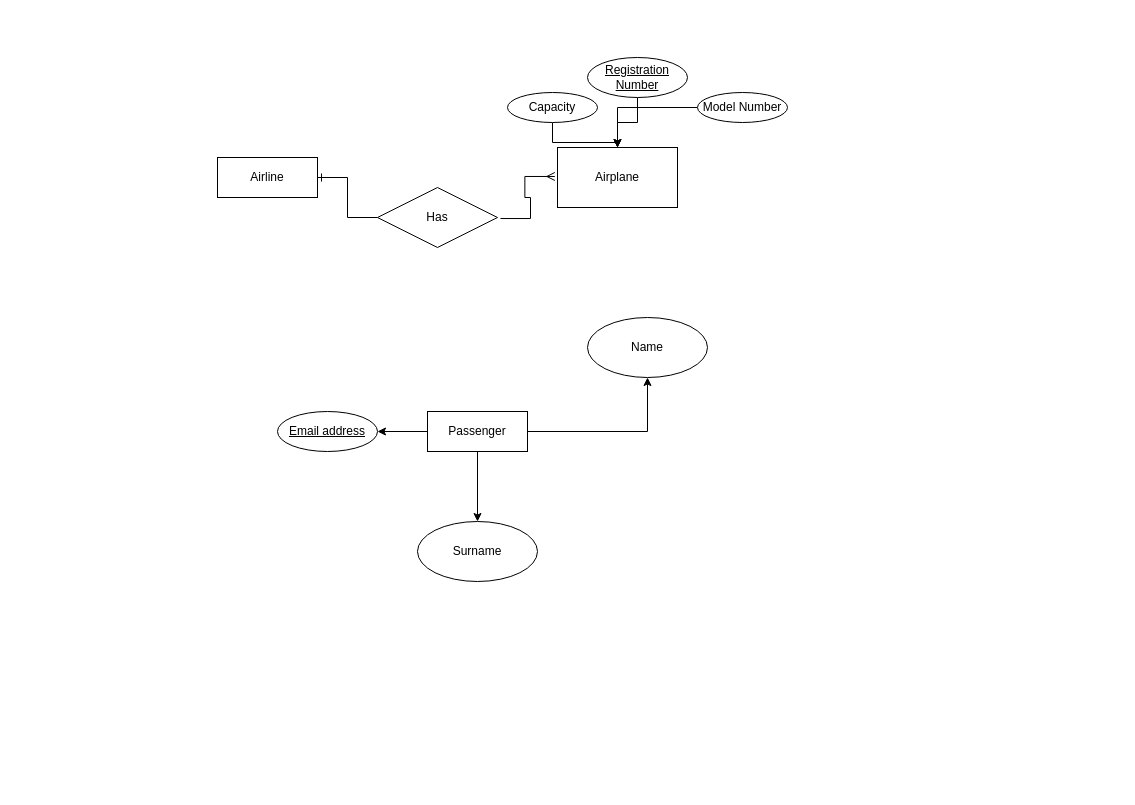
Above: Untitled Diagram.drawio in ahsansiddiqui2/ER_Diagram (draw.io), before the change. Source tidied: cells renumbered, new cells numbered last; positions are measured from the earlier drawing's top-left corner, leaving out a move shared by most shapes. Both pictures are drawn from the tidied source at 100%, with x=0, y=0 at pixel (217, 57).
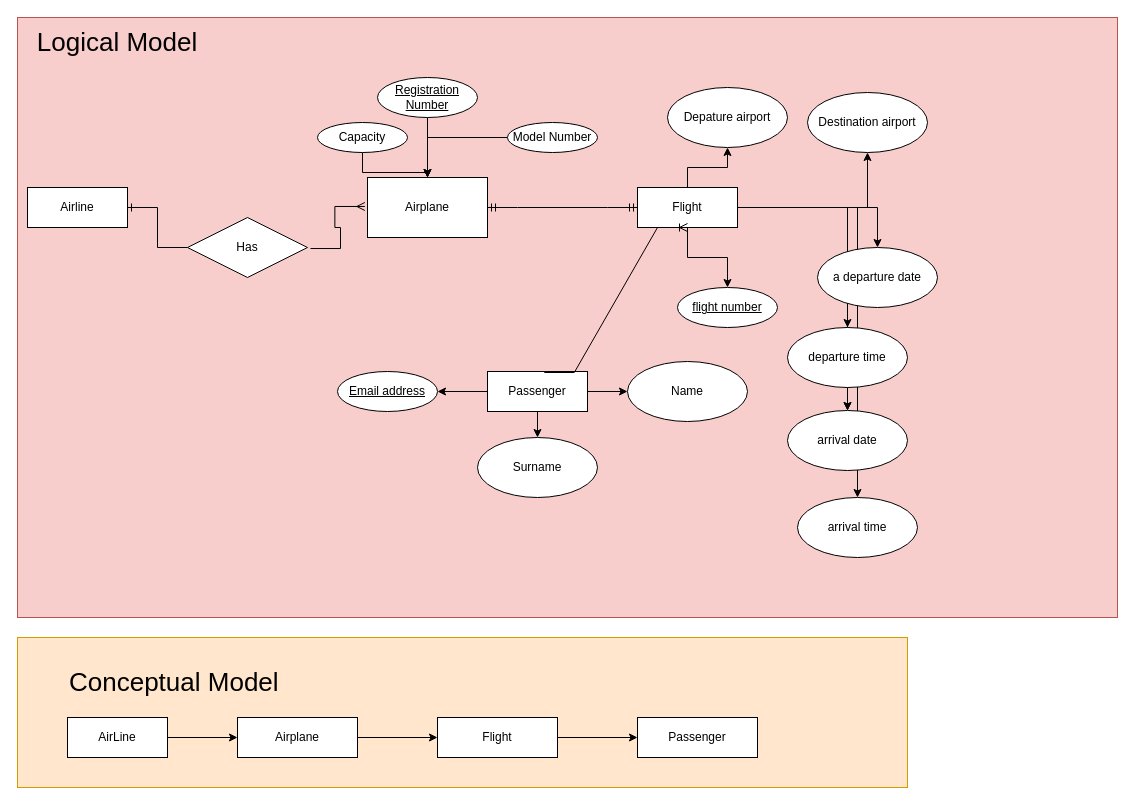
The same diagram, later.

Change to the diagram source:
```diff
@@
+    <mxCell id="20" style="rounded=0;whiteSpace=wrap;html=1;fontSize=26;fillColor=#ffe6cc;strokeColor=#d79b00;" parent="1" vertex="1">
+      <mxGeometry x="-200" y="580" width="890" height="150" as="geometry" />
+    </mxCell>
+    <mxCell id="21" style="rounded=0;whiteSpace=wrap;html=1;fontSize=26;fillColor=#f8cecc;strokeColor=#b85450;" parent="1" vertex="1">
+      <mxGeometry x="-200" y="-40" width="1100" height="600" as="geometry" />
+    </mxCell>
     <mxCell id="2" value="Airline" style="whiteSpace=wrap;html=1;align=center;" parent="1" vertex="1">
-      <mxGeometry y="100" width="100" height="40" as="geometry" />
+      <mxGeometry x="-190" y="130" width="100" height="40" as="geometry" />
     </mxCell>
     <mxCell id="3" value="Airplane" style="whiteSpace=wrap;html=1;" parent="1" vertex="1">
-      <mxGeometry x="340" y="90" width="120" height="60" as="geometry" />
+      <mxGeometry x="150" y="120" width="120" height="60" as="geometry" />
     </mxCell>
     <mxCell id="4" value="Has" style="shape=rhombus;perimeter=rhombusPerimeter;whiteSpace=wrap;html=1;align=center;" parent="1" vertex="1">
-      <mxGeometry x="160" y="130" width="120" height="60" as="geometry" />
+      <mxGeometry x="-30" y="160" width="120" height="60" as="geometry" />
     </mxCell>
@@
     <mxCell id="8" value="Model Number" style="ellipse;whiteSpace=wrap;html=1;align=center;" parent="1" vertex="1">
-      <mxGeometry x="480" y="35" width="90" height="30" as="geometry" />
+      <mxGeometry x="290" y="65" width="90" height="30" as="geometry" />
     </mxCell>
@@
     <mxCell id="10" value="Capacity" style="ellipse;whiteSpace=wrap;html=1;align=center;" parent="1" vertex="1">
-      <mxGeometry x="290" y="35" width="90" height="30" as="geometry" />
+      <mxGeometry x="100" y="65" width="90" height="30" as="geometry" />
     </mxCell>
@@
     <mxCell id="12" value="Registration Number" style="ellipse;whiteSpace=wrap;html=1;align=center;fontStyle=4;" parent="1" vertex="1">
-      <mxGeometry x="370" width="100" height="40" as="geometry" />
+      <mxGeometry x="160" y="20" width="100" height="40" as="geometry" />
     </mxCell>
@@
     <mxCell id="16" value="&lt;div&gt;Passenger&lt;/div&gt;" style="whiteSpace=wrap;html=1;align=center;" parent="1" vertex="1">
-      <mxGeometry x="210" y="354" width="100" height="40" as="geometry" />
+      <mxGeometry x="270" y="314" width="100" height="40" as="geometry" />
     </mxCell>
     <mxCell id="17" value="Name" style="ellipse;whiteSpace=wrap;html=1;" parent="1" vertex="1">
-      <mxGeometry x="370" y="260" width="120" height="60" as="geometry" />
+      <mxGeometry x="410" y="304" width="120" height="60" as="geometry" />
     </mxCell>
     <mxCell id="18" value="Surname" style="ellipse;whiteSpace=wrap;html=1;" parent="1" vertex="1">
-      <mxGeometry x="200" y="464" width="120" height="60" as="geometry" />
+      <mxGeometry x="260" y="380" width="120" height="60" as="geometry" />
     </mxCell>
     <mxCell id="19" value="Email address" style="ellipse;whiteSpace=wrap;html=1;align=center;fontStyle=4;" parent="1" vertex="1">
-      <mxGeometry x="60" y="354" width="100" height="40" as="geometry" />
+      <mxGeometry x="120" y="314" width="100" height="40" as="geometry" />
     </mxCell>
+    <mxCell id="22" style="edgeStyle=orthogonalEdgeStyle;rounded=0;jettySize=auto;html=1;" parent="1" edge="1" source="30" target="31">
+      <mxGeometry relative="1" as="geometry" />
+    </mxCell>
+    <mxCell id="23" style="edgeStyle=orthogonalEdgeStyle;rounded=0;jettySize=auto;html=1;" parent="1" edge="1" source="30" target="32">
+      <mxGeometry relative="1" as="geometry" />
+    </mxCell>
+    <mxCell id="24" style="edgeStyle=orthogonalEdgeStyle;rounded=0;jettySize=auto;html=1;" parent="1" edge="1" source="30" target="33">
+      <mxGeometry relative="1" as="geometry" />
+    </mxCell>
+    <mxCell id="25" style="edgeStyle=orthogonalEdgeStyle;rounded=0;jettySize=auto;html=1;" parent="1" edge="1" source="30" target="34">
+      <mxGeometry relative="1" as="geometry" />
+    </mxCell>
+    <mxCell id="26" style="edgeStyle=orthogonalEdgeStyle;rounded=0;jettySize=auto;html=1;" parent="1" edge="1" source="30" target="35">
+      <mxGeometry relative="1" as="geometry" />
+    </mxCell>
+    <mxCell id="27" style="edgeStyle=orthogonalEdgeStyle;rounded=0;jettySize=auto;html=1;" parent="1" edge="1" source="30" target="35">
+      <mxGeometry relative="1" as="geometry" />
+    </mxCell>
+    <mxCell id="28" style="edgeStyle=orthogonalEdgeStyle;rounded=0;jettySize=auto;html=1;" parent="1" edge="1" source="30" target="36">
+      <mxGeometry relative="1" as="geometry" />
+    </mxCell>
+    <mxCell id="29" style="edgeStyle=orthogonalEdgeStyle;rounded=0;jettySize=auto;html=1;" parent="1" edge="1" source="30" target="37">
+      <mxGeometry relative="1" as="geometry" />
+    </mxCell>
+    <mxCell id="30" value="Flight" style="whiteSpace=wrap;html=1;align=center;" parent="1" vertex="1">
+      <mxGeometry x="420" y="130" width="100" height="40" as="geometry" />
+    </mxCell>
+    <mxCell id="31" value="Depature airport" style="ellipse;whiteSpace=wrap;html=1;" parent="1" vertex="1">
+      <mxGeometry x="450" y="30" width="120" height="60" as="geometry" />
+    </mxCell>
+    <mxCell id="32" value="&lt;div&gt;Destination airport&lt;/div&gt;" style="ellipse;whiteSpace=wrap;html=1;" parent="1" vertex="1">
+      <mxGeometry x="590" y="35" width="120" height="60" as="geometry" />
+    </mxCell>
+    <mxCell id="33" value="a departure date" style="ellipse;whiteSpace=wrap;html=1;" parent="1" vertex="1">
+      <mxGeometry x="600" y="190" width="120" height="60" as="geometry" />
+    </mxCell>
+    <mxCell id="34" value="departure time" style="ellipse;whiteSpace=wrap;html=1;" parent="1" vertex="1">
+      <mxGeometry x="570" y="270" width="120" height="60" as="geometry" />
+    </mxCell>
+    <mxCell id="35" value="arrival date" style="ellipse;whiteSpace=wrap;html=1;" parent="1" vertex="1">
+      <mxGeometry x="570" y="353" width="120" height="60" as="geometry" />
+    </mxCell>
+    <mxCell id="36" value="arrival time" style="ellipse;whiteSpace=wrap;html=1;" parent="1" vertex="1">
+      <mxGeometry x="580" y="440" width="120" height="60" as="geometry" />
+    </mxCell>
+    <mxCell id="37" value="flight number" style="ellipse;whiteSpace=wrap;html=1;align=center;fontStyle=4;" parent="1" vertex="1">
+      <mxGeometry x="460" y="230" width="100" height="40" as="geometry" />
+    </mxCell>
+    <mxCell id="38" style="edgeStyle=entityRelationEdgeStyle;fontSize=12;html=1;endArrow=ERmandOne;startArrow=ERmandOne;rounded=0;exitX=1;exitY=0.5;exitDx=0;exitDy=0;entryX=0;entryY=0.5;entryDx=0;entryDy=0;" parent="1" edge="1" source="3" target="30">
+      <mxGeometry relative="1" as="geometry" />
+    </mxCell>
+    <mxCell id="39" style="edgeStyle=entityRelationEdgeStyle;fontSize=12;html=1;endArrow=ERoneToMany;rounded=0;exitX=0.568;exitY=0.025;exitDx=0;exitDy=0;exitPerimeter=0;entryX=0.5;entryY=1;entryDx=0;entryDy=0;" parent="1" edge="1" source="16" target="30">
+      <mxGeometry relative="1" as="geometry" />
+    </mxCell>
+    <mxCell id="40" style="edgeStyle=orthogonalEdgeStyle;rounded=0;jettySize=auto;html=1;" parent="1" edge="1" source="42" target="44">
+      <mxGeometry relative="1" as="geometry" />
+    </mxCell>
+    <mxCell id="41" style="edgeStyle=orthogonalEdgeStyle;rounded=0;jettySize=auto;html=1;exitX=0.5;exitY=0;exitDx=0;exitDy=0;fontSize=26;" parent="1" edge="1" source="42">
+      <mxGeometry relative="1" as="geometry">
+        <mxPoint x="-100" y="670" as="targetPoint" />
+      </mxGeometry>
+    </mxCell>
+    <mxCell id="42" value="AirLine" style="whiteSpace=wrap;html=1;align=center;" parent="1" vertex="1">
+      <mxGeometry x="-150" y="660" width="100" height="40" as="geometry" />
+    </mxCell>
+    <mxCell id="43" style="edgeStyle=orthogonalEdgeStyle;rounded=0;jettySize=auto;html=1;" parent="1" edge="1" source="44" target="46">
+      <mxGeometry relative="1" as="geometry" />
+    </mxCell>
+    <mxCell id="44" value="Airplane" style="whiteSpace=wrap;html=1;" parent="1" vertex="1">
+      <mxGeometry x="20" y="660" width="120" height="40" as="geometry" />
+    </mxCell>
+    <mxCell id="45" style="edgeStyle=orthogonalEdgeStyle;rounded=0;jettySize=auto;html=1;" parent="1" edge="1" source="46" target="47">
+      <mxGeometry relative="1" as="geometry" />
+    </mxCell>
+    <mxCell id="46" value="Flight" style="whiteSpace=wrap;html=1;" parent="1" vertex="1">
+      <mxGeometry x="220" y="660" width="120" height="40" as="geometry" />
+    </mxCell>
+    <mxCell id="47" value="Passenger" style="whiteSpace=wrap;html=1;" parent="1" vertex="1">
+      <mxGeometry x="420" y="660" width="120" height="40" as="geometry" />
+    </mxCell>
+    <mxCell id="48" value="Conceptual Model" style="text;html=1;strokeColor=none;fillColor=none;align=left;verticalAlign=middle;whiteSpace=wrap;rounded=0;fontSize=26;" parent="1" vertex="1">
+      <mxGeometry x="-150" y="610" width="250" height="30" as="geometry" />
+    </mxCell>
+    <mxCell id="49" value="Logical Model" style="text;html=1;strokeColor=none;fillColor=none;align=center;verticalAlign=middle;whiteSpace=wrap;rounded=0;fontSize=26;" parent="1" vertex="1">
+      <mxGeometry x="-200" y="-30" width="200" height="30" as="geometry" />
+    </mxCell>
```
